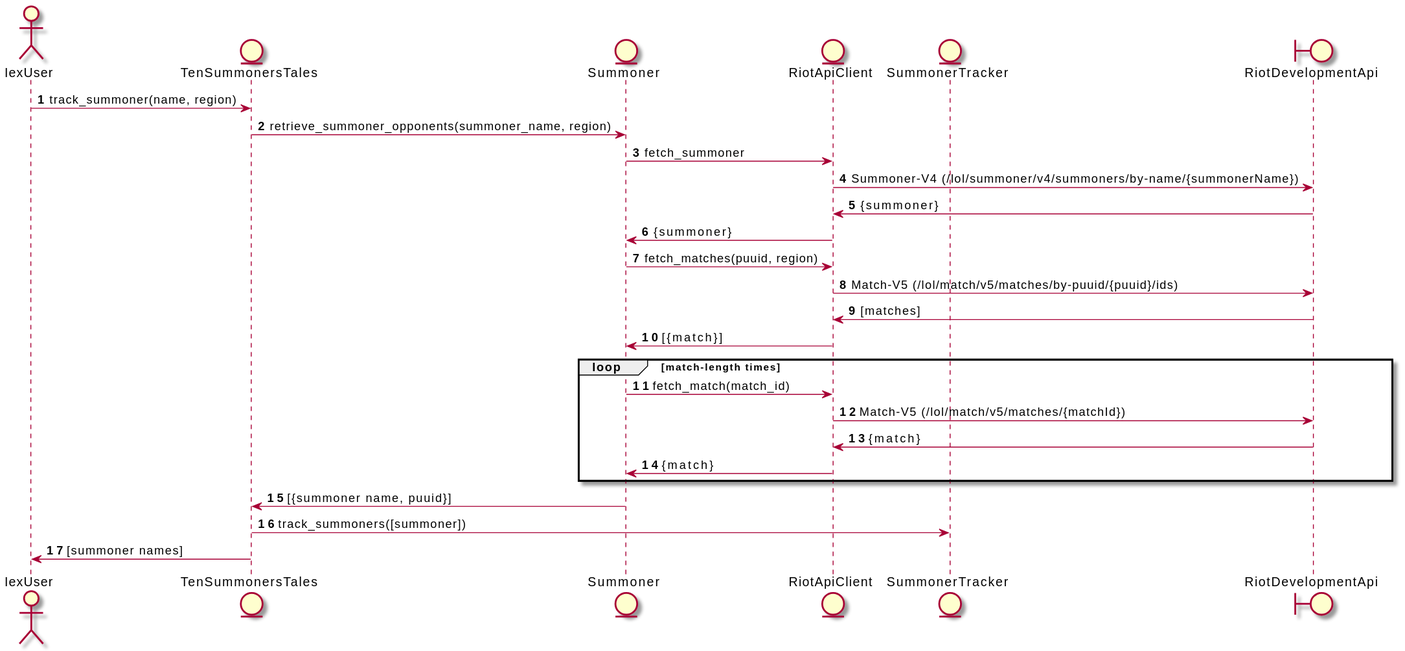
Earlier version of the PlantUML export docs/summoner_lookup_sequence.svg (ciroque/ten_summoners_tales).
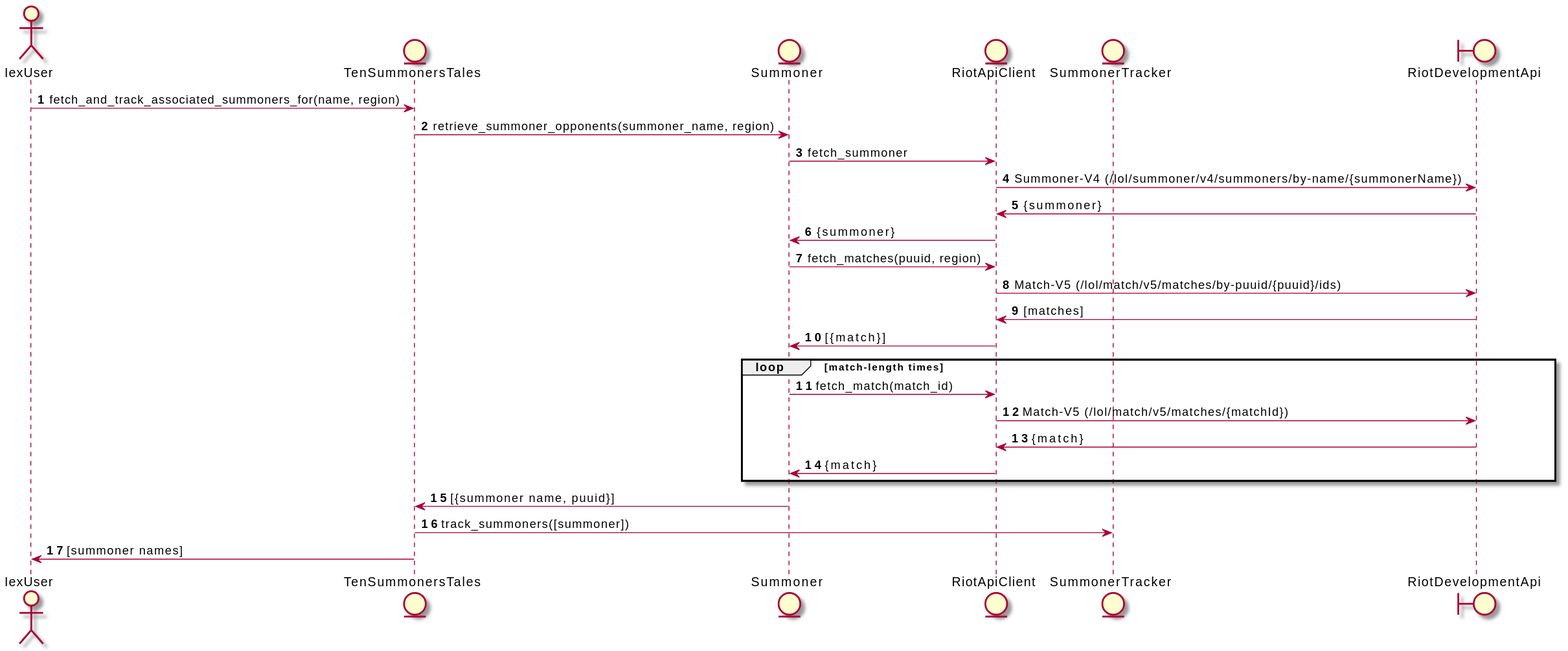
Above is the later version.

Commit message:
Updates the sequence diagram image

The edit, as a diff of the source:
```diff
@@ -9,7 +9,7 @@
 entity SummonerTracker
 boundary RiotDevelopmentApi
 
-IexUser -> TenSummonersTales : track_summoner(name, region)
+IexUser -> TenSummonersTales : fetch_and_track_associated_summoners_for(name, region)
 TenSummonersTales -> Summoner : retrieve_summoner_opponents(summoner_name, region)
 Summoner -> RiotApiClient : fetch_summoner
 RiotApiClient -> RiotDevelopmentApi : Summoner-V4 (/lol/summoner/v4/summoners/by-name/{summonerName})
```
